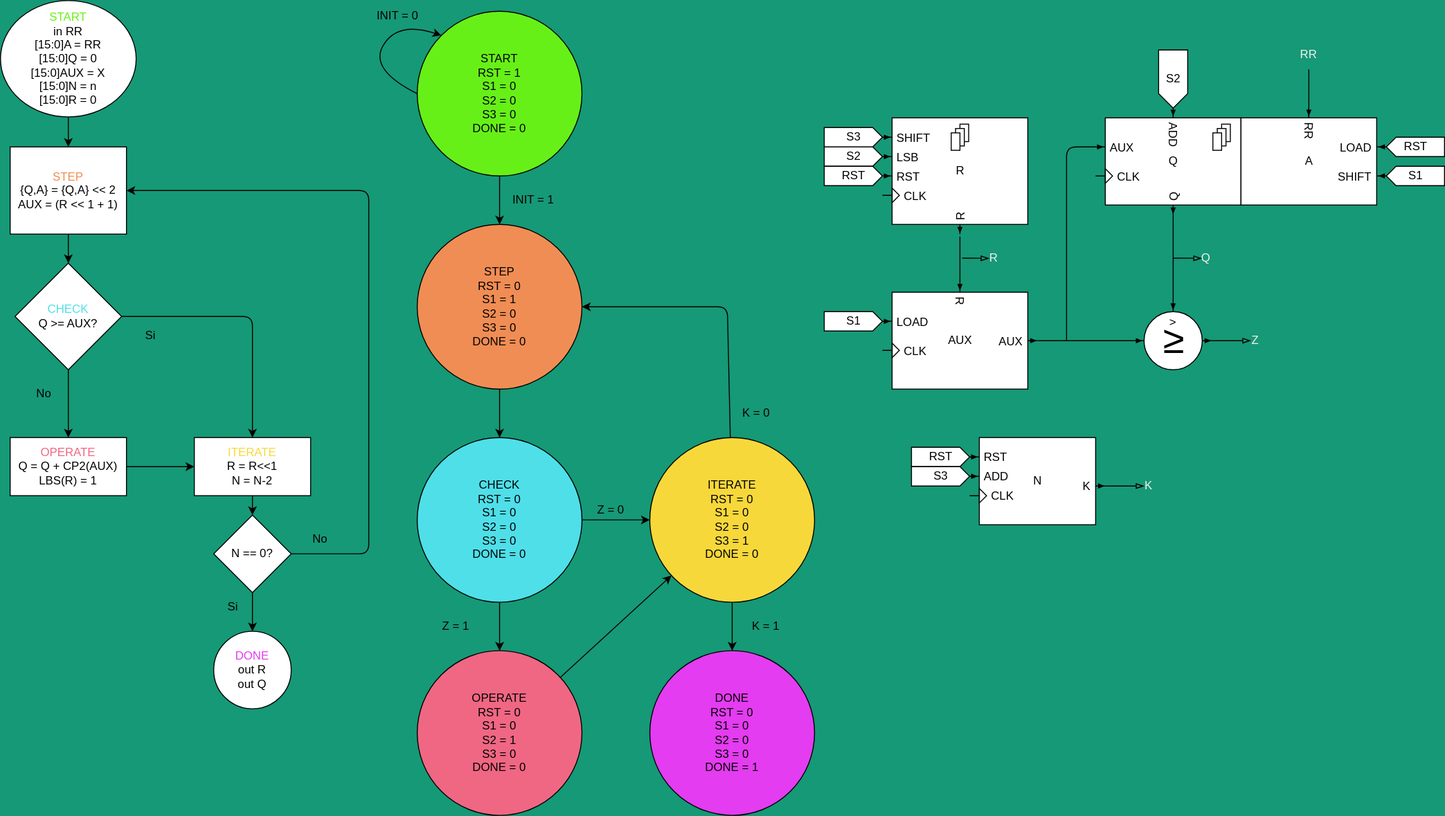
Before: design/raiz_ASM/diagrams/diagrams.svg, a diagram exported from draw.io (safehehe/PTSD1). Source tidied: cells renumbered, new cells last; positions are measured from the earlier drawing's top-left corner, leaving out a move shared by most shapes.
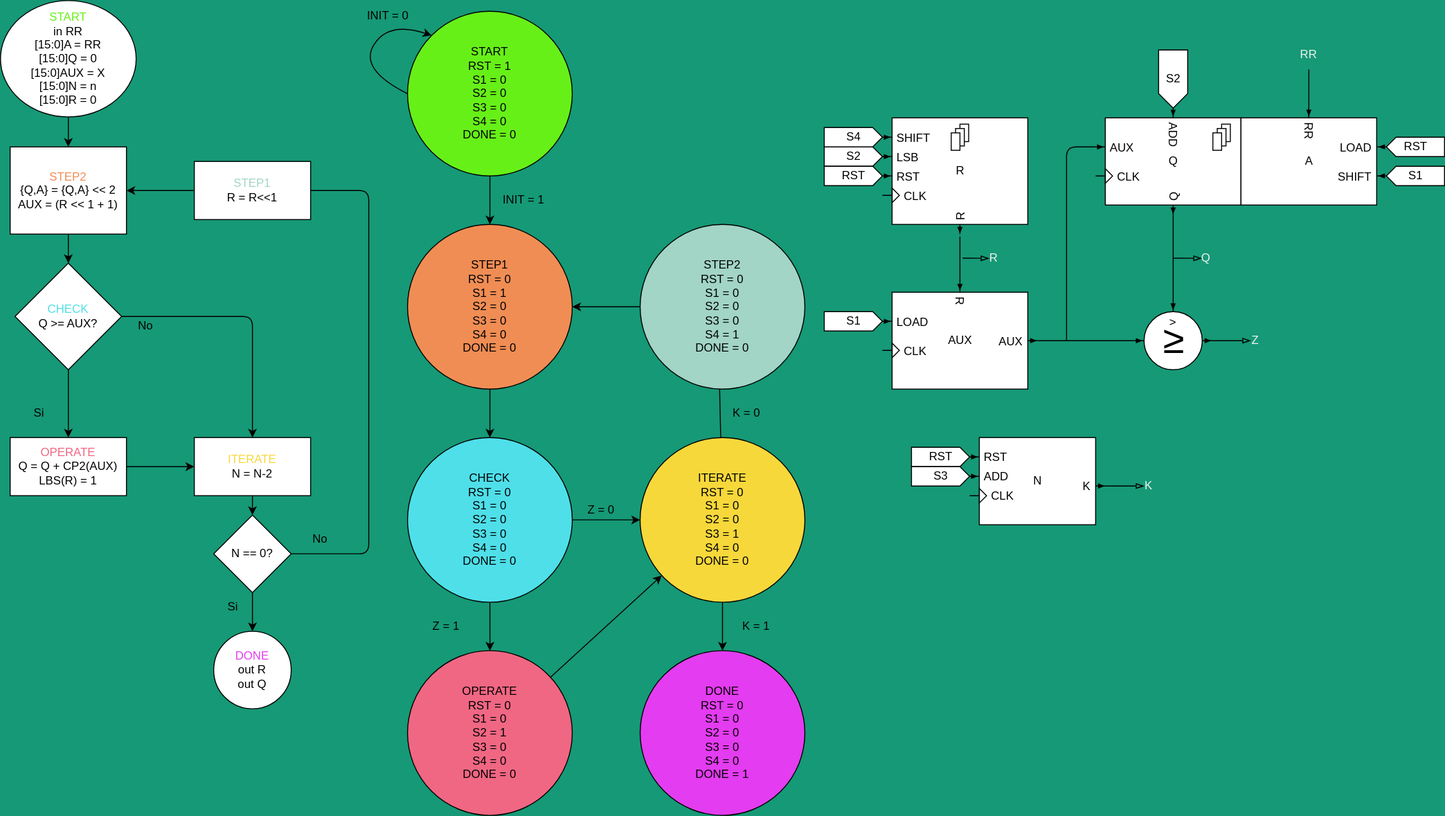
Later version of the same file.

The edit, as a diff of the source:
```diff
@@ -11,7 +11,7 @@
     <mxCell id="4" style="edgeStyle=none;html=1;entryX=0.5;entryY=0;entryDx=0;entryDy=0;" parent="1" edge="1" source="5" target="8">
       <mxGeometry relative="1" as="geometry" />
     </mxCell>
-    <mxCell id="5" value="&lt;font color=&quot;#f08d54&quot;&gt;STEP&lt;/font&gt;&lt;br&gt;{Q,A} = {Q,A} &amp;lt;&amp;lt; 2&lt;br&gt;AUX = (R &amp;lt;&amp;lt; 1 + 1)" style="rounded=0;whiteSpace=wrap;html=1;" parent="1" vertex="1">
+    <mxCell id="5" value="&lt;font color=&quot;#f08d54&quot;&gt;STEP2&lt;/font&gt;&lt;br&gt;{Q,A} = {Q,A} &amp;lt;&amp;lt; 2&lt;br&gt;AUX = (R &amp;lt;&amp;lt; 1 + 1)" style="rounded=0;whiteSpace=wrap;html=1;" parent="1" vertex="1">
       <mxGeometry x="10" y="151" width="120" height="90" as="geometry" />
     </mxCell>
     <mxCell id="6" style="edgeStyle=none;html=1;entryX=0.5;entryY=0;entryDx=0;entryDy=0;" parent="1" edge="1" source="8" target="10">
@@ -34,24 +34,19 @@
       <mxGeometry x="10" y="451" width="120" height="60" as="geometry" />
     </mxCell>
     <mxCell id="11" value="No" style="text;html=1;strokeColor=none;fillColor=none;align=center;verticalAlign=middle;whiteSpace=wrap;rounded=0;" parent="1" vertex="1">
-      <mxGeometry x="15" y="391" width="60" height="30" as="geometry" />
+      <mxGeometry x="120" y="321" width="60" height="30" as="geometry" />
     </mxCell>
     <mxCell id="12" value="Si" style="text;html=1;strokeColor=none;fillColor=none;align=center;verticalAlign=middle;whiteSpace=wrap;rounded=0;" parent="1" vertex="1">
-      <mxGeometry x="125" y="331" width="60" height="30" as="geometry" />
+      <mxGeometry x="10" y="411" width="60" height="30" as="geometry" />
     </mxCell>
     <mxCell id="13" style="edgeStyle=none;html=1;" parent="1" edge="1" source="14" target="17">
       <mxGeometry relative="1" as="geometry" />
     </mxCell>
-    <mxCell id="14" value="&lt;font color=&quot;#f7d83b&quot;&gt;ITERATE&lt;/font&gt;&lt;br&gt;R = R&amp;lt;&amp;lt;1&lt;br&gt;N = N-2" style="whiteSpace=wrap;html=1;" parent="1" vertex="1">
+    <mxCell id="14" value="&lt;font color=&quot;#f7d83b&quot;&gt;ITERATE&lt;/font&gt;&lt;br&gt;N = N-2" style="whiteSpace=wrap;html=1;" parent="1" vertex="1">
       <mxGeometry x="200" y="451" width="120" height="60" as="geometry" />
     </mxCell>
-    <mxCell id="15" style="edgeStyle=none;html=1;entryX=1;entryY=0.5;entryDx=0;entryDy=0;" parent="1" edge="1" source="17" target="5">
-      <mxGeometry relative="1" as="geometry">
-        <Array as="points">
-          <mxPoint x="380" y="571" />
-          <mxPoint x="380" y="196" />
-        </Array>
-      </mxGeometry>
+    <mxCell id="15" style="edgeStyle=none;html=1;entryX=1;entryY=0.5;entryDx=0;entryDy=0;startArrow=none;" parent="1" edge="1" source="73" target="5">
+      <mxGeometry relative="1" as="geometry" />
     </mxCell>
     <mxCell id="16" style="edgeStyle=none;html=1;" parent="1" edge="1" source="17" target="20">
       <mxGeometry relative="1" as="geometry" />
@@ -71,14 +66,14 @@
     <mxCell id="21" style="edgeStyle=none;html=1;entryX=0.5;entryY=0;entryDx=0;entryDy=0;fontColor=#000000;" parent="1" edge="1" source="22" target="24">
       <mxGeometry relative="1" as="geometry" />
     </mxCell>
-    <mxCell id="22" value="START&lt;br&gt;RST = 1&lt;br&gt;S1 = 0&lt;br&gt;S2 = 0&lt;br&gt;S3 = 0&lt;br&gt;DONE = 0" style="ellipse;whiteSpace=wrap;html=1;fillColor=#67F018;strokeColor=#000000;fillStyle=auto;labelBackgroundColor=none;fontColor=#000000;" parent="1" vertex="1">
-      <mxGeometry x="430" y="11" width="170" height="170" as="geometry" />
+    <mxCell id="22" value="START&lt;br&gt;RST = 1&lt;br&gt;S1 = 0&lt;br&gt;S2 = 0&lt;br&gt;S3 = 0&lt;br&gt;S4 = 0&lt;br&gt;DONE = 0" style="ellipse;whiteSpace=wrap;html=1;fillColor=#67F018;strokeColor=#000000;fillStyle=auto;labelBackgroundColor=none;fontColor=#000000;" parent="1" vertex="1">
+      <mxGeometry x="420" y="11" width="170" height="170" as="geometry" />
     </mxCell>
     <mxCell id="23" style="edgeStyle=none;html=1;entryX=0.5;entryY=0;entryDx=0;entryDy=0;fontColor=#000000;" parent="1" edge="1" source="24" target="27">
       <mxGeometry relative="1" as="geometry" />
     </mxCell>
-    <mxCell id="24" value="STEP&lt;br&gt;RST = 0&lt;br&gt;S1 = 1&lt;br&gt;S2 = 0&lt;br&gt;S3 = 0&lt;br&gt;DONE = 0" style="ellipse;whiteSpace=wrap;html=1;fillColor=#F08D54;strokeColor=#000000;fillStyle=auto;labelBackgroundColor=none;fontColor=#000000;" parent="1" vertex="1">
-      <mxGeometry x="430" y="231" width="170" height="170" as="geometry" />
+    <mxCell id="24" value="STEP1&lt;br&gt;RST = 0&lt;br&gt;S1 = 1&lt;br&gt;S2 = 0&lt;br&gt;S3 = 0&lt;br&gt;S4 = 0&lt;br&gt;DONE = 0" style="ellipse;whiteSpace=wrap;html=1;fillColor=#F08D54;strokeColor=#000000;fillStyle=auto;labelBackgroundColor=none;fontColor=#000000;" parent="1" vertex="1">
+      <mxGeometry x="420" y="231" width="170" height="170" as="geometry" />
     </mxCell>
     <mxCell id="25" style="edgeStyle=none;html=1;entryX=0.5;entryY=0;entryDx=0;entryDy=0;fontColor=#000000;" parent="1" edge="1" source="27" target="29">
       <mxGeometry relative="1" as="geometry" />
@@ -86,56 +81,52 @@
     <mxCell id="26" style="edgeStyle=none;html=1;entryX=0;entryY=0.5;entryDx=0;entryDy=0;fontColor=#000000;" parent="1" edge="1" source="27" target="32">
       <mxGeometry relative="1" as="geometry" />
     </mxCell>
-    <mxCell id="27" value="CHECK&lt;br&gt;RST = 0&lt;br&gt;S1 = 0&lt;br&gt;S2 = 0&lt;br&gt;S3 = 0&lt;br&gt;DONE = 0" style="ellipse;whiteSpace=wrap;html=1;fillColor=#4FDFE9;strokeColor=#000000;fillStyle=auto;labelBackgroundColor=none;fontColor=#000000;" parent="1" vertex="1">
-      <mxGeometry x="430" y="451" width="170" height="170" as="geometry" />
+    <mxCell id="27" value="CHECK&lt;br&gt;RST = 0&lt;br&gt;S1 = 0&lt;br&gt;S2 = 0&lt;br&gt;S3 = 0&lt;br&gt;S4 = 0&lt;br&gt;DONE = 0" style="ellipse;whiteSpace=wrap;html=1;fillColor=#4FDFE9;strokeColor=#000000;fillStyle=auto;labelBackgroundColor=none;fontColor=#000000;" parent="1" vertex="1">
+      <mxGeometry x="420" y="451" width="170" height="170" as="geometry" />
     </mxCell>
     <mxCell id="28" style="edgeStyle=none;html=1;fontColor=#000000;" parent="1" edge="1" source="29" target="32">
       <mxGeometry relative="1" as="geometry" />
     </mxCell>
-    <mxCell id="29" value="OPERATE&lt;br&gt;RST = 0&lt;br&gt;S1 = 0&lt;br&gt;S2 = 1&lt;br&gt;S3 = 0&lt;br&gt;DONE = 0" style="ellipse;whiteSpace=wrap;html=1;fillColor=#F06783;strokeColor=#000000;fillStyle=auto;labelBackgroundColor=none;fontColor=#000000;" parent="1" vertex="1">
-      <mxGeometry x="430" y="671" width="170" height="170" as="geometry" />
+    <mxCell id="29" value="OPERATE&lt;br&gt;RST = 0&lt;br&gt;S1 = 0&lt;br&gt;S2 = 1&lt;br&gt;S3 = 0&lt;br&gt;S4 = 0&lt;br&gt;DONE = 0" style="ellipse;whiteSpace=wrap;html=1;fillColor=#F06783;strokeColor=#000000;fillStyle=auto;labelBackgroundColor=none;fontColor=#000000;" parent="1" vertex="1">
+      <mxGeometry x="420" y="671" width="170" height="170" as="geometry" />
     </mxCell>
     <mxCell id="30" style="edgeStyle=none;html=1;entryX=0.5;entryY=0;entryDx=0;entryDy=0;fontColor=#000000;" parent="1" edge="1" source="32" target="33">
       <mxGeometry relative="1" as="geometry" />
     </mxCell>
-    <mxCell id="31" style="edgeStyle=none;html=1;entryX=1;entryY=0.5;entryDx=0;entryDy=0;fontColor=#000000;" parent="1" edge="1" source="32" target="24">
-      <mxGeometry relative="1" as="geometry">
-        <Array as="points">
-          <mxPoint x="750" y="316" />
-        </Array>
-      </mxGeometry>
+    <mxCell id="31" style="edgeStyle=none;html=1;entryX=1;entryY=0.5;entryDx=0;entryDy=0;fontColor=#000000;startArrow=none;" parent="1" edge="1" source="75" target="24">
+      <mxGeometry relative="1" as="geometry" />
     </mxCell>
-    <mxCell id="32" value="ITERATE&lt;br&gt;RST = 0&lt;br&gt;S1 = 0&lt;br&gt;S2 = 0&lt;br&gt;S3 = 1&lt;br&gt;DONE = 0" style="ellipse;whiteSpace=wrap;html=1;fillColor=#F7D83B;strokeColor=#000000;fillStyle=auto;labelBackgroundColor=none;fontColor=#000000;" parent="1" vertex="1">
-      <mxGeometry x="670" y="451" width="170" height="170" as="geometry" />
+    <mxCell id="32" value="ITERATE&lt;br&gt;RST = 0&lt;br&gt;S1 = 0&lt;br&gt;S2 = 0&lt;br&gt;S3 = 1&lt;br&gt;S4 = 0&lt;br&gt;DONE = 0" style="ellipse;whiteSpace=wrap;html=1;fillColor=#F7D83B;strokeColor=#000000;fillStyle=auto;labelBackgroundColor=none;fontColor=#000000;" parent="1" vertex="1">
+      <mxGeometry x="660" y="451" width="170" height="170" as="geometry" />
     </mxCell>
-    <mxCell id="33" value="DONE&lt;br&gt;RST = 0&lt;br&gt;S1 = 0&lt;br&gt;S2 = 0&lt;br&gt;S3 = 0&lt;br&gt;DONE = 1" style="ellipse;whiteSpace=wrap;html=1;fillColor=#E43CF0;strokeColor=#000000;fillStyle=auto;labelBackgroundColor=none;fontColor=#000000;" parent="1" vertex="1">
-      <mxGeometry x="670" y="671" width="170" height="170" as="geometry" />
+    <mxCell id="33" value="DONE&lt;br&gt;RST = 0&lt;br&gt;S1 = 0&lt;br&gt;S2 = 0&lt;br&gt;S3 = 0&lt;br&gt;S4 = 0&lt;br&gt;DONE = 1" style="ellipse;whiteSpace=wrap;html=1;fillColor=#E43CF0;strokeColor=#000000;fillStyle=auto;labelBackgroundColor=none;fontColor=#000000;" parent="1" vertex="1">
+      <mxGeometry x="660" y="671" width="170" height="170" as="geometry" />
     </mxCell>
     <mxCell id="34" style="curved=1;endArrow=classic;html=1;fontColor=#000000;exitX=0;exitY=0.5;exitDx=0;exitDy=0;entryX=0;entryY=0;entryDx=0;entryDy=0;" parent="1" edge="1" source="22" target="22">
       <mxGeometry relative="1" as="geometry">
         <Array as="points">
-          <mxPoint x="380" y="71" />
-          <mxPoint x="410" y="21" />
+          <mxPoint x="370" y="71" />
+          <mxPoint x="400" y="21" />
         </Array>
       </mxGeometry>
     </mxCell>
     <mxCell id="35" value="INIT = 0" style="text;html=1;strokeColor=none;fillColor=none;align=center;verticalAlign=middle;whiteSpace=wrap;rounded=0;" parent="1" vertex="1">
-      <mxGeometry x="380" y="1" width="60" height="30" as="geometry" />
+      <mxGeometry x="370" y="1" width="60" height="30" as="geometry" />
     </mxCell>
     <mxCell id="36" value="INIT = 1" style="text;html=1;strokeColor=none;fillColor=none;align=center;verticalAlign=middle;whiteSpace=wrap;rounded=0;" parent="1" vertex="1">
-      <mxGeometry x="520" y="191" width="60" height="30" as="geometry" />
+      <mxGeometry x="510" y="191" width="60" height="30" as="geometry" />
     </mxCell>
     <mxCell id="37" value="Z = 1" style="text;html=1;strokeColor=none;fillColor=none;align=center;verticalAlign=middle;whiteSpace=wrap;rounded=0;" parent="1" vertex="1">
-      <mxGeometry x="440" y="631" width="60" height="30" as="geometry" />
+      <mxGeometry x="430" y="631" width="60" height="30" as="geometry" />
     </mxCell>
     <mxCell id="38" value="Z = 0" style="text;html=1;strokeColor=none;fillColor=none;align=center;verticalAlign=middle;whiteSpace=wrap;rounded=0;" parent="1" vertex="1">
-      <mxGeometry x="600" y="511" width="60" height="30" as="geometry" />
+      <mxGeometry x="590" y="511" width="60" height="30" as="geometry" />
     </mxCell>
     <mxCell id="39" value="K = 0" style="text;html=1;strokeColor=none;fillColor=none;align=center;verticalAlign=middle;whiteSpace=wrap;rounded=0;" parent="1" vertex="1">
-      <mxGeometry x="750" y="411" width="60" height="30" as="geometry" />
+      <mxGeometry x="740" y="411" width="60" height="30" as="geometry" />
     </mxCell>
     <mxCell id="40" value="K = 1" style="text;html=1;strokeColor=none;fillColor=none;align=center;verticalAlign=middle;whiteSpace=wrap;rounded=0;" parent="1" vertex="1">
-      <mxGeometry x="760" y="631" width="60" height="30" as="geometry" />
+      <mxGeometry x="750" y="631" width="60" height="30" as="geometry" />
     </mxCell>
     <mxCell id="41" style="edgeStyle=none;html=1;exitX=0;exitY=0;exitDx=70;exitDy=122.5;exitPerimeter=0;fontColor=#F0F0F0;strokeColor=default;endArrow=none;endFill=0;" parent="1" edge="1" source="42">
       <mxGeometry relative="1" as="geometry">
@@ -188,7 +179,7 @@
     <mxCell id="53" value="S2" style="externalPins=0;shadow=0;dashed=0;align=center;html=1;strokeWidth=1;shape=mxgraph.rtl.abstract.entity;kind=input;drawPins=0;left=0;right=1;bottom=0;top=0;fontColor=default;" parent="1" vertex="1">
       <mxGeometry x="850" y="151" width="60" height="20" as="geometry" />
     </mxCell>
-    <mxCell id="54" value="S3" style="externalPins=0;shadow=0;dashed=0;align=center;html=1;strokeWidth=1;shape=mxgraph.rtl.abstract.entity;kind=input;drawPins=0;left=0;right=1;bottom=0;top=0;fontColor=default;" parent="1" vertex="1">
+    <mxCell id="54" value="S4" style="externalPins=0;shadow=0;dashed=0;align=center;html=1;strokeWidth=1;shape=mxgraph.rtl.abstract.entity;kind=input;drawPins=0;left=0;right=1;bottom=0;top=0;fontColor=default;" parent="1" vertex="1">
       <mxGeometry x="850" y="131" width="60" height="20" as="geometry" />
     </mxCell>
     <mxCell id="55" value="RR&lt;br&gt;" style="text;html=1;strokeColor=none;fillColor=none;align=center;verticalAlign=middle;whiteSpace=wrap;rounded=0;fontColor=#F0F0F0;" parent="1" vertex="1">
@@ -249,5 +240,26 @@
     <mxCell id="71" value="S1" style="externalPins=0;shadow=0;dashed=0;align=center;html=1;strokeWidth=1;shape=mxgraph.rtl.abstract.entity;kind=input;drawPins=0;left=0;right=1;bottom=0;top=0;fontColor=default;" parent="1" vertex="1">
       <mxGeometry x="850" y="321" width="60" height="20" as="geometry" />
     </mxCell>
+    <mxCell id="72" style="edgeStyle=none;html=1;entryX=1;entryY=0.5;entryDx=0;entryDy=0;endArrow=none;" parent="1" edge="1" source="17" target="73">
+      <mxGeometry relative="1" as="geometry">
+        <Array as="points">
+          <mxPoint x="380" y="571" />
+          <mxPoint x="380" y="196" />
+        </Array>
+      </mxGeometry>
+    </mxCell>
+    <mxCell id="73" value="&lt;font color=&quot;#a2d5c6&quot;&gt;STEP1&lt;/font&gt;&lt;br&gt;R = R&amp;lt;&amp;lt;1" style="rounded=0;whiteSpace=wrap;html=1;" parent="1" vertex="1">
+      <mxGeometry x="200" y="166" width="120" height="60" as="geometry" />
+    </mxCell>
+    <mxCell id="74" style="edgeStyle=none;html=1;entryX=1;entryY=0.5;entryDx=0;entryDy=0;fontColor=#000000;endArrow=none;" parent="1" edge="1" source="32" target="75">
+      <mxGeometry relative="1" as="geometry">
+        <Array as="points">
+          <mxPoint x="740" y="316" />
+        </Array>
+      </mxGeometry>
+    </mxCell>
+    <mxCell id="75" value="STEP2&lt;br&gt;RST = 0&lt;br&gt;S1 = 0&lt;br&gt;S2 = 0&lt;br&gt;S3 = 0&lt;br&gt;S4 = 1&lt;br&gt;DONE = 0" style="ellipse;whiteSpace=wrap;html=1;fillColor=#A2D5C6;strokeColor=#000000;fillStyle=auto;labelBackgroundColor=none;fontColor=#000000;" parent="1" vertex="1">
+      <mxGeometry x="660" y="231" width="170" height="170" as="geometry" />
+    </mxCell>
   </root>
 </mxGraphModel>
```
